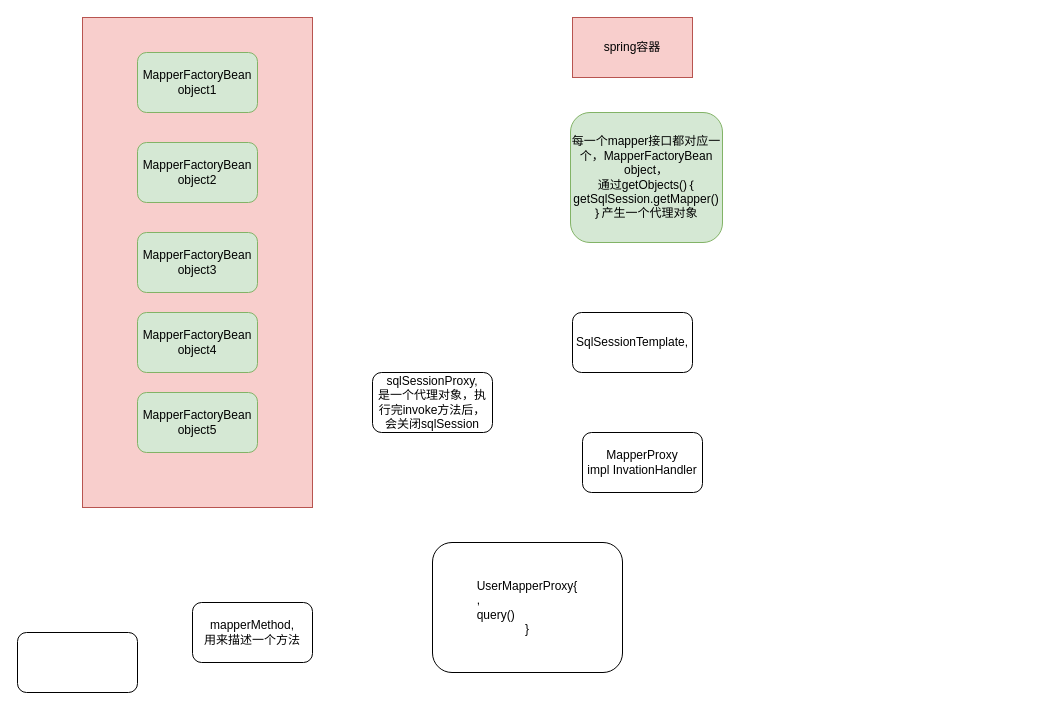
The draw.io diagram mybatis.drawio in Joelovealonge/note, before the edit. Source tidied: cells renumbered, new cells numbered last; positions are measured from the earlier drawing's top-left corner, leaving out a move shared by most shapes. Both pictures are drawn from the tidied source at 100%, with x=0, y=0 at pixel (17, 17).
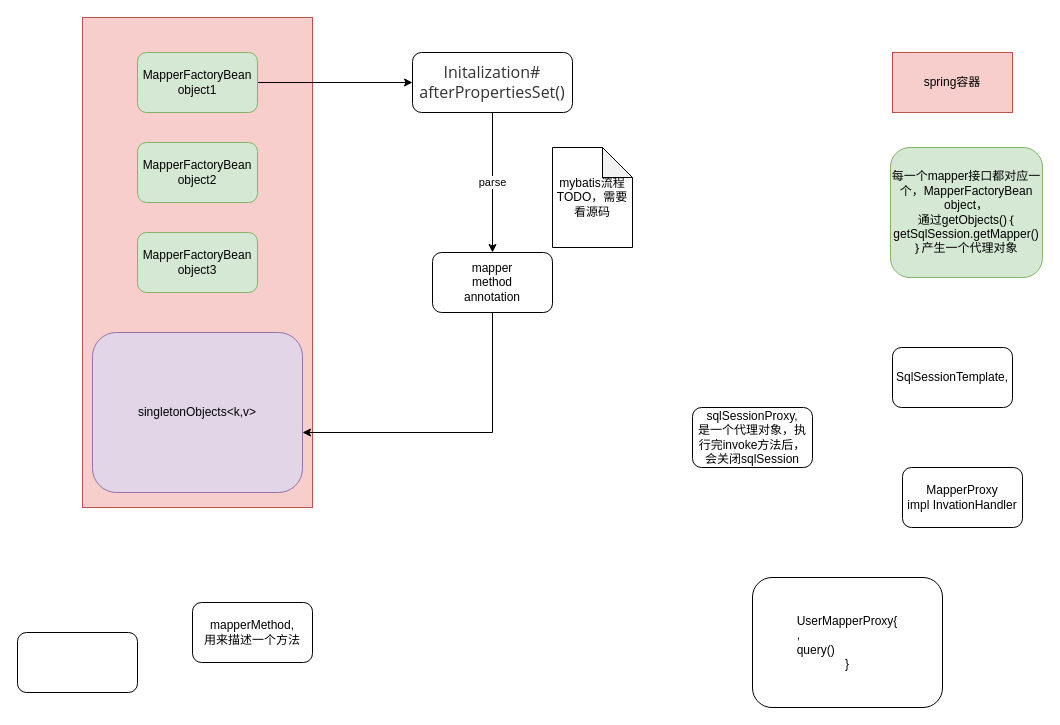
Above is the later version.

The change refers to these unchanged cells:
```xml
<mxCell id="3" value="MapperFactoryBean&lt;br&gt;object1" style="rounded=1;whiteSpace=wrap;html=1;fillColor=#d5e8d4;strokeColor=#82b366;" parent="1" vertex="1">
  <mxGeometry x="120" y="35" width="120" height="60" as="geometry" />
</mxCell>
```

Change to the diagram source:
```diff
@@
+    <mxCell id="16" style="edgeStyle=orthogonalEdgeStyle;rounded=0;jettySize=auto;html=1;" parent="1" edge="1" source="3" target="18">
+      <mxGeometry relative="1" as="geometry" />
+    </mxCell>
@@
-    <mxCell id="6" value="MapperFactoryBean&lt;br&gt;object4" style="rounded=1;whiteSpace=wrap;html=1;fillColor=#d5e8d4;strokeColor=#82b366;" parent="1" vertex="1">
-      <mxGeometry x="120" y="295" width="120" height="60" as="geometry" />
-    </mxCell>
-    <mxCell id="7" value="MapperFactoryBean&lt;br&gt;object5" style="rounded=1;whiteSpace=wrap;html=1;fillColor=#d5e8d4;strokeColor=#82b366;" parent="1" vertex="1">
-      <mxGeometry x="120" y="375" width="120" height="60" as="geometry" />
-    </mxCell>
     <mxCell id="8" value="spring容器" style="rounded=0;whiteSpace=wrap;html=1;fillColor=#f8cecc;strokeColor=#b85450;" parent="1" vertex="1">
-      <mxGeometry x="555" width="120" height="60" as="geometry" />
+      <mxGeometry x="875" y="35" width="120" height="60" as="geometry" />
     </mxCell>
     <mxCell id="9" value="每一个mapper接口都对应一个，MapperFactoryBean&lt;br&gt;object，&lt;br&gt;通过getObjects()｛&lt;br&gt;getSqlSession.getMapper()&lt;br&gt;｝产生一个代理对象" style="rounded=1;whiteSpace=wrap;html=1;fillColor=#d5e8d4;strokeColor=#82b366;" parent="1" vertex="1">
-      <mxGeometry x="553" y="95" width="152" height="130" as="geometry" />
+      <mxGeometry x="873" y="130" width="152" height="130" as="geometry" />
     </mxCell>
     <mxCell id="10" value="SqlSessionTemplate,&lt;br&gt;" style="rounded=1;whiteSpace=wrap;html=1;" parent="1" vertex="1">
-      <mxGeometry x="555" y="295" width="120" height="60" as="geometry" />
+      <mxGeometry x="875" y="330" width="120" height="60" as="geometry" />
     </mxCell>
     <mxCell id="11" value="MapperProxy&lt;br&gt;impl InvationHandler" style="rounded=1;whiteSpace=wrap;html=1;" parent="1" vertex="1">
-      <mxGeometry x="565" y="415" width="120" height="60" as="geometry" />
+      <mxGeometry x="885" y="450" width="120" height="60" as="geometry" />
     </mxCell>
     <mxCell id="12" value="UserMapperProxy{&lt;br&gt;&lt;div style=&quot;text-align: left&quot;&gt;&lt;span&gt;,&lt;/span&gt;&lt;/div&gt;&lt;div style=&quot;text-align: left&quot;&gt;&lt;span&gt;query()&lt;/span&gt;&lt;/div&gt;}" style="rounded=1;whiteSpace=wrap;html=1;" parent="1" vertex="1">
-      <mxGeometry x="415" y="525" width="190" height="130" as="geometry" />
+      <mxGeometry x="735" y="560" width="190" height="130" as="geometry" />
     </mxCell>
@@
     <mxCell id="14" value="sqlSessionProxy,&lt;br&gt;是一个代理对象，执行完invoke方法后，会关闭sqlSession" style="rounded=1;whiteSpace=wrap;html=1;" parent="1" vertex="1">
-      <mxGeometry x="355" y="355" width="120" height="60" as="geometry" />
+      <mxGeometry x="675" y="390" width="120" height="60" as="geometry" />
     </mxCell>
@@
+    <mxCell id="17" value="parse" style="edgeStyle=orthogonalEdgeStyle;rounded=0;jettySize=auto;html=1;" parent="1" edge="1" source="18" target="20">
+      <mxGeometry relative="1" as="geometry" />
+    </mxCell>
+    <mxCell id="18" value="&lt;span style=&quot;background-color: rgb(255 , 255 , 255)&quot;&gt;&lt;font color=&quot;#333333&quot; face=&quot;open sans, clear sans, helvetica neue, helvetica, arial, sans-serif&quot;&gt;&lt;span style=&quot;font-size: 16px&quot;&gt;Initalization#&lt;/span&gt;&lt;/font&gt;&lt;br&gt;&lt;font color=&quot;#333333&quot; face=&quot;open sans, clear sans, helvetica neue, helvetica, arial, sans-serif&quot;&gt;&lt;span style=&quot;font-size: 16px&quot;&gt;afterPropertiesSet()&lt;/span&gt;&lt;/font&gt;&lt;br&gt;&lt;/span&gt;" style="rounded=1;whiteSpace=wrap;html=1;" parent="1" vertex="1">
+      <mxGeometry x="395" y="35" width="160" height="60" as="geometry" />
+    </mxCell>
+    <mxCell id="19" style="edgeStyle=orthogonalEdgeStyle;rounded=0;jettySize=auto;html=1;entryX=1;entryY=0.625;entryDx=0;entryDy=0;entryPerimeter=0;" parent="1" edge="1" source="20" target="21">
+      <mxGeometry relative="1" as="geometry">
+        <Array as="points">
+          <mxPoint x="475" y="415" />
+        </Array>
+      </mxGeometry>
+    </mxCell>
+    <mxCell id="20" value="mapper&lt;br&gt;method&lt;br&gt;annotation" style="rounded=1;whiteSpace=wrap;html=1;" parent="1" vertex="1">
+      <mxGeometry x="415" y="235" width="120" height="60" as="geometry" />
+    </mxCell>
+    <mxCell id="21" value="singletonObjects&amp;lt;k,v&amp;gt;" style="rounded=1;whiteSpace=wrap;html=1;fillColor=#e1d5e7;strokeColor=#9673a6;" parent="1" vertex="1">
+      <mxGeometry x="75" y="315" width="210" height="160" as="geometry" />
+    </mxCell>
+    <mxCell id="22" value="mybatis流程TODO，需要看源码" style="shape=note;whiteSpace=wrap;html=1;backgroundOutline=1;darkOpacity=0.05;" parent="1" vertex="1">
+      <mxGeometry x="535" y="130" width="80" height="100" as="geometry" />
+    </mxCell>
```
